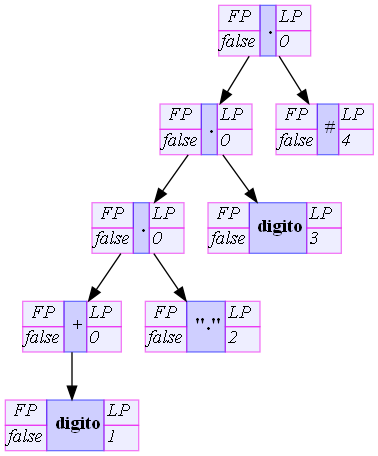
Above: EXREGAN/build/classes/Reports/ARBOLES_201801671/ExpresionReg2.png in Neidy22/-OLC1-Proyecto1 (Graphviz), before the change. Its source is kept beside it as EXREGAN/build/classes/Reports/ARBOLES_201801671/ExpresionReg2.dot.
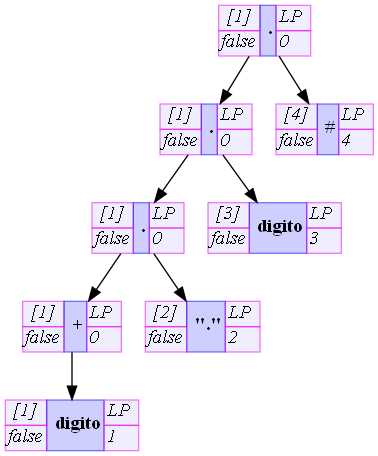
Above is the later version.

The edit, as a diff of the source:
```diff
@@ -12,7 +12,7 @@
 		label=<<table border="0" cellborder="1" cellspacing="0" cellpadding="1">
 
 			<tr>
-			    <td align="center" bgcolor = "#0000ff11" color="#ee00ee80"><i>FP</i></td>
+			    <td align="center" bgcolor = "#0000ff11" color="#ee00ee80"><i>[1]</i></td>
 			    <td rowspan = "2" aling= "center" fontsize = "25" bgcolor = "#0000ff30" color="#0000ff80"> <b>.</b></td>
 			    <td align="center" bgcolor = "#0000ff11" color="#ee00ee80"><i>LP </i></td>
 			</tr>
@@ -29,7 +29,7 @@
 		label=<<table border="0" cellborder="1" cellspacing="0" cellpadding="1">
 
 			<tr>
-			    <td align="center" bgcolor = "#0000ff11" color="#ee00ee80"><i>FP</i></td>
+			    <td align="center" bgcolor = "#0000ff11" color="#ee00ee80"><i>[1]</i></td>
 			    <td rowspan = "2" aling= "center" fontsize = "25" bgcolor = "#0000ff30" color="#0000ff80"> <b>.</b></td>
 			    <td align="center" bgcolor = "#0000ff11" color="#ee00ee80"><i>LP </i></td>
 			</tr>
@@ -46,7 +46,7 @@
 		label=<<table border="0" cellborder="1" cellspacing="0" cellpadding="1">
 
 			<tr>
-			    <td align="center" bgcolor = "#0000ff11" color="#ee00ee80"><i>FP</i></td>
+			    <td align="center" bgcolor = "#0000ff11" color="#ee00ee80"><i>[1]</i></td>
 			    <td rowspan = "2" aling= "center" fontsize = "25" bgcolor = "#0000ff30" color="#0000ff80"> <b>.</b></td>
 			    <td align="center" bgcolor = "#0000ff11" color="#ee00ee80"><i>LP </i></td>
 			</tr>
@@ -63,7 +63,7 @@
 		label=<<table border="0" cellborder="1" cellspacing="0" cellpadding="1">
 
 			<tr>
-			    <td align="center" bgcolor = "#0000ff11" color="#ee00ee80"><i>FP</i></td>
+			    <td align="center" bgcolor = "#0000ff11" color="#ee00ee80"><i>[1]</i></td>
 			    <td rowspan = "2" aling= "center" fontsize = "25" bgcolor = "#0000ff30" color="#0000ff80"> <b>+</b></td>
 			    <td align="center" bgcolor = "#0000ff11" color="#ee00ee80"><i>LP </i></td>
 			</tr>
@@ -80,7 +80,7 @@
 		label=<<table border="0" cellborder="1" cellspacing="0" cellpadding="1">
 
 			<tr>
-			    <td align="center" bgcolor = "#0000ff11" color="#ee00ee80"><i>FP</i></td>
+			    <td align="center" bgcolor = "#0000ff11" color="#ee00ee80"><i>[1]</i></td>
 			    <td rowspan = "2" aling= "center" fontsize = "25" bgcolor = "#0000ff30" color="#0000ff80"> <b>digito</b></td>
 			    <td align="center" bgcolor = "#0000ff11" color="#ee00ee80"><i>LP </i></td>
 			</tr>
@@ -97,7 +97,7 @@
 		label=<<table border="0" cellborder="1" cellspacing="0" cellpadding="1">
 
 			<tr>
-			    <td align="center" bgcolor = "#0000ff11" color="#ee00ee80"><i>FP</i></td>
+			    <td align="center" bgcolor = "#0000ff11" color="#ee00ee80"><i>[2]</i></td>
 			    <td rowspan = "2" aling= "center" fontsize = "25" bgcolor = "#0000ff30" color="#0000ff80"> <b>"."</b></td>
 			    <td align="center" bgcolor = "#0000ff11" color="#ee00ee80"><i>LP </i></td>
 			</tr>
@@ -114,7 +114,7 @@
 		label=<<table border="0" cellborder="1" cellspacing="0" cellpadding="1">
 
 			<tr>
-			    <td align="center" bgcolor = "#0000ff11" color="#ee00ee80"><i>FP</i></td>
+			    <td align="center" bgcolor = "#0000ff11" color="#ee00ee80"><i>[3]</i></td>
 			    <td rowspan = "2" aling= "center" fontsize = "25" bgcolor = "#0000ff30" color="#0000ff80"> <b>digito</b></td>
 			    <td align="center" bgcolor = "#0000ff11" color="#ee00ee80"><i>LP </i></td>
 			</tr>
@@ -131,7 +131,7 @@
 		label=<<table border="0" cellborder="1" cellspacing="0" cellpadding="1">
 
 			<tr>
-			    <td align="center" bgcolor = "#0000ff11" color="#ee00ee80"><i>FP</i></td>
+			    <td align="center" bgcolor = "#0000ff11" color="#ee00ee80"><i>[4]</i></td>
 			    <td rowspan = "2" aling= "center" fontsize = "25" bgcolor = "#0000ff30" color="#0000ff80"> <b>#</b></td>
 			    <td align="center" bgcolor = "#0000ff11" color="#ee00ee80"><i>LP </i></td>
 			</tr>
```
